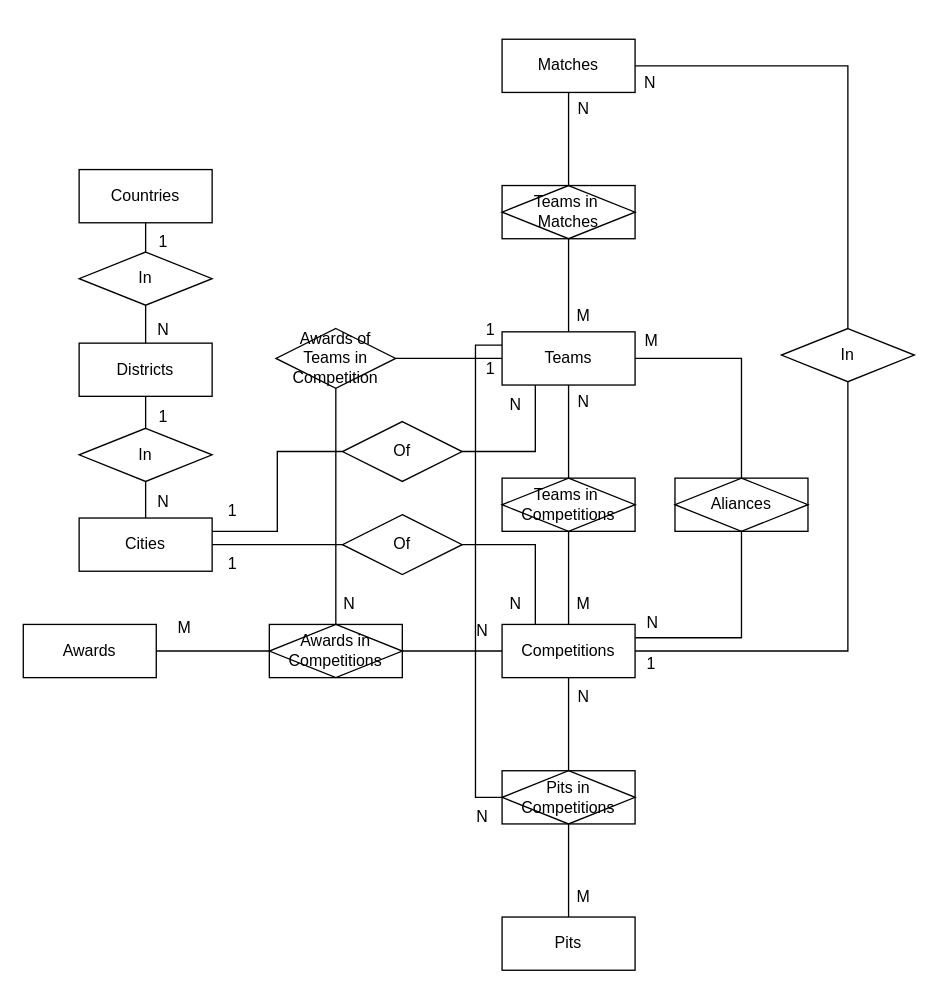
Earlier version of the draw.io diagram ERD_final_draft.drawio (EthanChartoff/robotics_statistics). Source tidied: cells renumbered, new cells numbered last; positions are measured from the earlier drawing's top-left corner, leaving out a move shared by most shapes. Both pictures are drawn from the tidied source at 133%, with x=0, y=0 at pixel (23, 39).
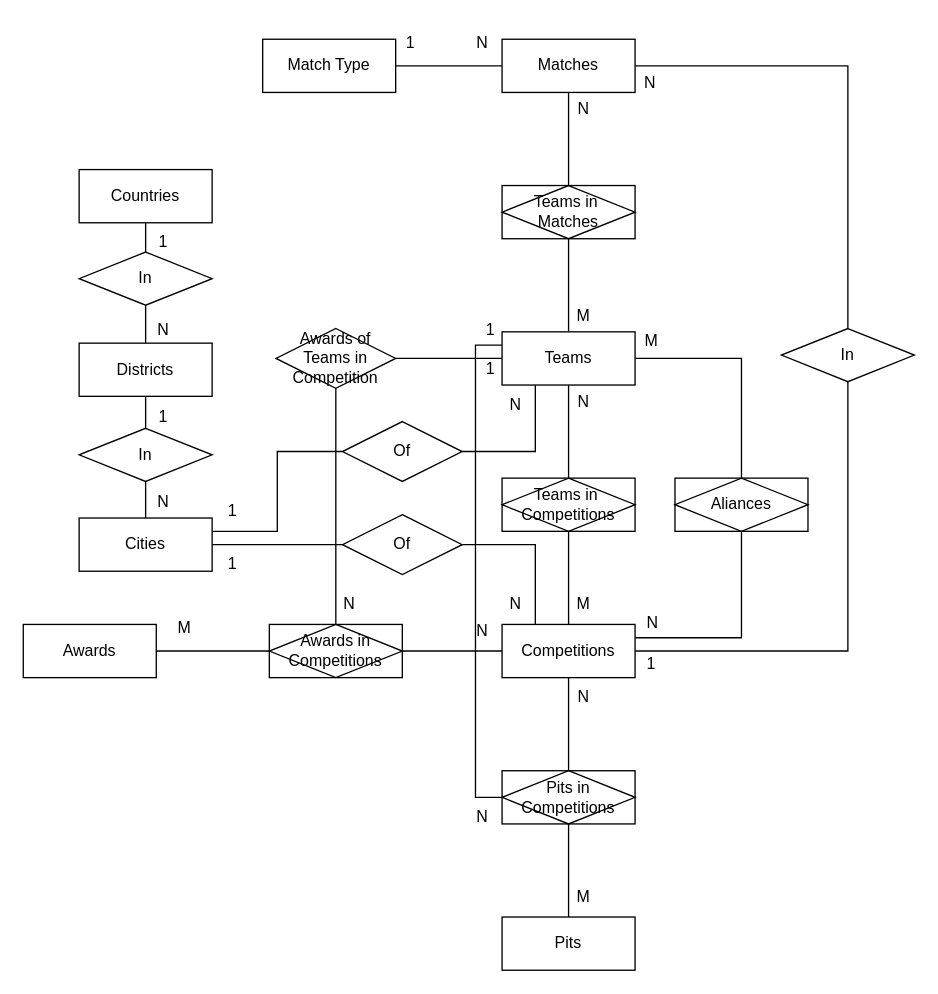
Above is the later version.

Unchanged cells that the change refers to:
```xml
<mxCell id="15" value="Matches" style="whiteSpace=wrap;html=1;align=center;" parent="1" vertex="1">
  <mxGeometry x="360" width="100" height="40" as="geometry" />
</mxCell>
```

The edit, as a diff of the source:
```diff
@@
+    <mxCell id="68" style="edgeStyle=orthogonalEdgeStyle;rounded=0;jettySize=auto;html=1;endArrow=none;endFill=0;" parent="1" edge="1" source="15" target="69">
+      <mxGeometry relative="1" as="geometry" />
+    </mxCell>
@@
+    <mxCell id="69" value="Match Type" style="whiteSpace=wrap;html=1;align=center;" parent="1" vertex="1">
+      <mxGeometry x="180" width="100" height="40" as="geometry" />
+    </mxCell>
+    <mxCell id="70" value="1" style="text;html=1;align=center;verticalAlign=middle;strokeColor=none;fillColor=none;" parent="1" vertex="1">
+      <mxGeometry x="276" y="-12" width="30" height="30" as="geometry" />
+    </mxCell>
+    <mxCell id="71" value="N" style="text;html=1;align=center;verticalAlign=middle;strokeColor=none;fillColor=none;" parent="1" vertex="1">
+      <mxGeometry x="330" y="-12" width="30" height="30" as="geometry" />
+    </mxCell>
```
